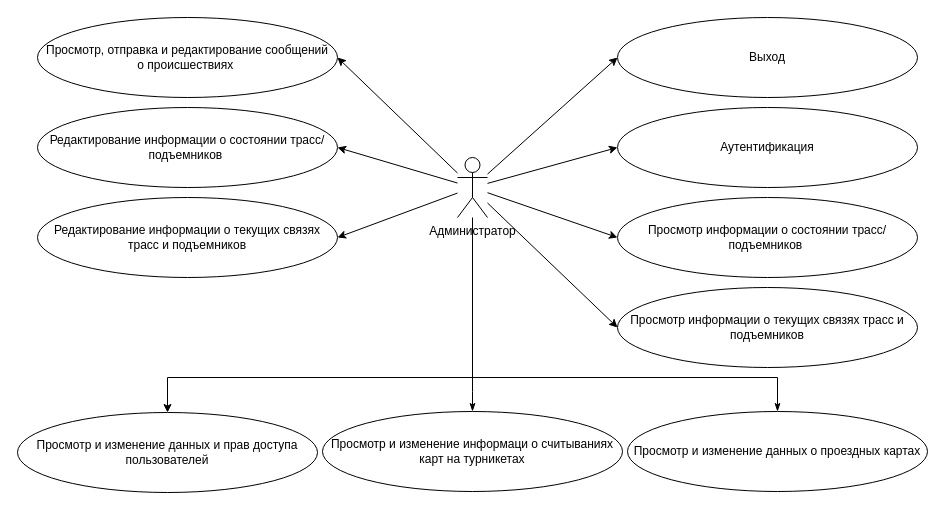
Above: page "admin" (4 of 4) of docs/imgs/use_case/use-case.drawio in alena-zayts/BMSTU_6sem_software_design (draw.io), before the change. Source tidied: cells renumbered, new cells numbered last; positions are measured from the earlier drawing's top-left corner, leaving out a move shared by most shapes. Both pictures are drawn from the tidied source at 100%, with x=0, y=0 at pixel (17, 17).
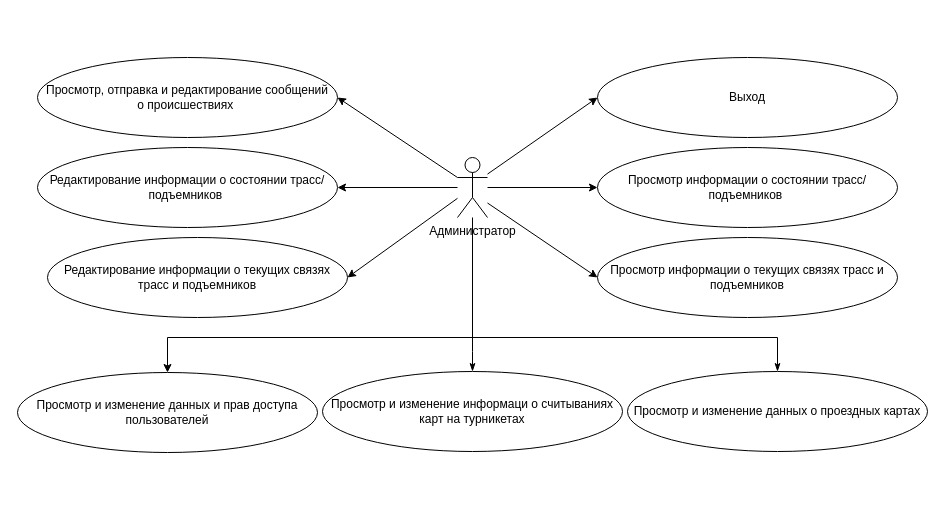
The same diagram, later.

Unchanged cells that the change refers to:
```xml
<mxCell id="5" value="Администратор" style="shape=umlActor;verticalLabelPosition=bottom;verticalAlign=top;html=1;outlineConnect=0;" parent="1" vertex="1">
  <mxGeometry x="440" y="140" width="30" height="60" as="geometry" />
</mxCell>
```

What changed in the source:
```diff
@@
     <mxCell id="6" value="Просмотр, отправка и редактирование сообщений &lt;br&gt;о происшествиях&amp;nbsp;" style="ellipse;whiteSpace=wrap;html=1;" parent="1" vertex="1">
-      <mxGeometry x="20" width="300" height="80" as="geometry" />
+      <mxGeometry x="20" y="40" width="300" height="80" as="geometry" />
     </mxCell>
     <mxCell id="7" value="Редактирование информации о состоянии трасс/подъемников&amp;nbsp;" style="ellipse;whiteSpace=wrap;html=1;" parent="1" vertex="1">
-      <mxGeometry x="20" y="90" width="300" height="80" as="geometry" />
+      <mxGeometry x="20" y="130" width="300" height="80" as="geometry" />
     </mxCell>
     <mxCell id="8" value="Редактирование&amp;nbsp;информации о текущих связях трасс и подъемников" style="ellipse;whiteSpace=wrap;html=1;" parent="1" vertex="1">
-      <mxGeometry x="20" y="180" width="300" height="80" as="geometry" />
+      <mxGeometry x="30" y="220" width="300" height="80" as="geometry" />
     </mxCell>
@@
-    <mxCell id="10" style="edgeStyle=none;rounded=0;jettySize=auto;html=1;entryX=0;entryY=0.5;entryDx=0;entryDy=0;" parent="1" edge="1" target="14">
-      <mxGeometry relative="1" as="geometry">
-        <mxPoint x="470" y="165.9" as="sourcePoint" />
-      </mxGeometry>
-    </mxCell>
-    <mxCell id="11" style="edgeStyle=none;rounded=0;jettySize=auto;html=1;entryX=0;entryY=0.5;entryDx=0;entryDy=0;" parent="1" edge="1" target="15">
-      <mxGeometry relative="1" as="geometry">
-        <mxPoint x="470" y="175.2" as="sourcePoint" />
-      </mxGeometry>
+    <mxCell id="11" style="edgeStyle=none;rounded=0;jettySize=auto;html=1;entryX=0;entryY=0.5;entryDx=0;entryDy=0;" parent="1" edge="1" source="5" target="15">
+      <mxGeometry relative="1" as="geometry" />
     </mxCell>
@@
     <mxCell id="13" value="Выход" style="ellipse;whiteSpace=wrap;html=1;" parent="1" vertex="1">
-      <mxGeometry x="600" width="300" height="80" as="geometry" />
+      <mxGeometry x="580" y="40" width="300" height="80" as="geometry" />
     </mxCell>
-    <mxCell id="14" value="Аутентификация" style="ellipse;whiteSpace=wrap;html=1;" parent="1" vertex="1">
-      <mxGeometry x="600" y="90" width="300" height="80" as="geometry" />
-    </mxCell>
     <mxCell id="15" value="Просмотр информации о состоянии трасс/подъемников&amp;nbsp;" style="ellipse;whiteSpace=wrap;html=1;" parent="1" vertex="1">
-      <mxGeometry x="600" y="180" width="300" height="80" as="geometry" />
+      <mxGeometry x="580" y="130" width="300" height="80" as="geometry" />
     </mxCell>
     <mxCell id="16" value="Просмотр информации о текущих связях трасс и подъемников" style="ellipse;whiteSpace=wrap;html=1;" parent="1" vertex="1">
-      <mxGeometry x="600" y="270" width="300" height="80" as="geometry" />
+      <mxGeometry x="580" y="220" width="300" height="80" as="geometry" />
     </mxCell>
-    <mxCell id="17" style="rounded=0;jettySize=auto;html=1;entryX=0.5;entryY=0;entryDx=0;entryDy=0;edgeStyle=orthogonalEdgeStyle;" parent="1" edge="1" source="5" target="18">
+    <mxCell id="17" style="rounded=0;jettySize=auto;html=1;entryX=0.5;entryY=0;entryDx=0;entryDy=0;edgeStyle=orthogonalEdgeStyle;" parent="1" edge="1" target="18">
       <mxGeometry relative="1" as="geometry">
+        <mxPoint x="455" y="200" as="sourcePoint" />
         <Array as="points">
-          <mxPoint x="455" y="360" />
-          <mxPoint x="150" y="360" />
+          <mxPoint x="455" y="320" />
+          <mxPoint x="150" y="320" />
         </Array>
       </mxGeometry>
     </mxCell>
     <mxCell id="18" value="Просмотр и изменение данных и прав доступа пользователей" style="ellipse;whiteSpace=wrap;html=1;" parent="1" vertex="1">
-      <mxGeometry y="395" width="300" height="80" as="geometry" />
+      <mxGeometry y="355" width="300" height="80" as="geometry" />
     </mxCell>
     <mxCell id="19" style="edgeStyle=orthogonalEdgeStyle;rounded=0;jettySize=auto;html=1;startArrow=classicThin;startFill=1;endArrow=none;endFill=0;" parent="1" edge="1" source="20">
       <mxGeometry relative="1" as="geometry">
-        <mxPoint x="455" y="360" as="targetPoint" />
+        <mxPoint x="455" y="320" as="targetPoint" />
       </mxGeometry>
     </mxCell>
     <mxCell id="20" value="Просмотр и изменение информаци о считываниях карт на турникетах" style="ellipse;whiteSpace=wrap;html=1;" parent="1" vertex="1">
-      <mxGeometry x="305" y="394" width="300" height="80" as="geometry" />
+      <mxGeometry x="305" y="354" width="300" height="80" as="geometry" />
     </mxCell>
     <mxCell id="21" style="edgeStyle=orthogonalEdgeStyle;rounded=0;jettySize=auto;html=1;exitX=0.5;exitY=0;exitDx=0;exitDy=0;endArrow=none;endFill=0;startArrow=classicThin;startFill=1;" parent="1" edge="1" source="22">
       <mxGeometry relative="1" as="geometry">
-        <mxPoint x="450" y="360" as="targetPoint" />
+        <mxPoint x="450" y="320" as="targetPoint" />
         <Array as="points">
-          <mxPoint x="760" y="360" />
+          <mxPoint x="760" y="320" />
         </Array>
       </mxGeometry>
     </mxCell>
     <mxCell id="22" value="Просмотр и изменение данных о проездных картах" style="ellipse;whiteSpace=wrap;html=1;" parent="1" vertex="1">
-      <mxGeometry x="610" y="394" width="300" height="80" as="geometry" />
+      <mxGeometry x="610" y="354" width="300" height="80" as="geometry" />
     </mxCell>
```
